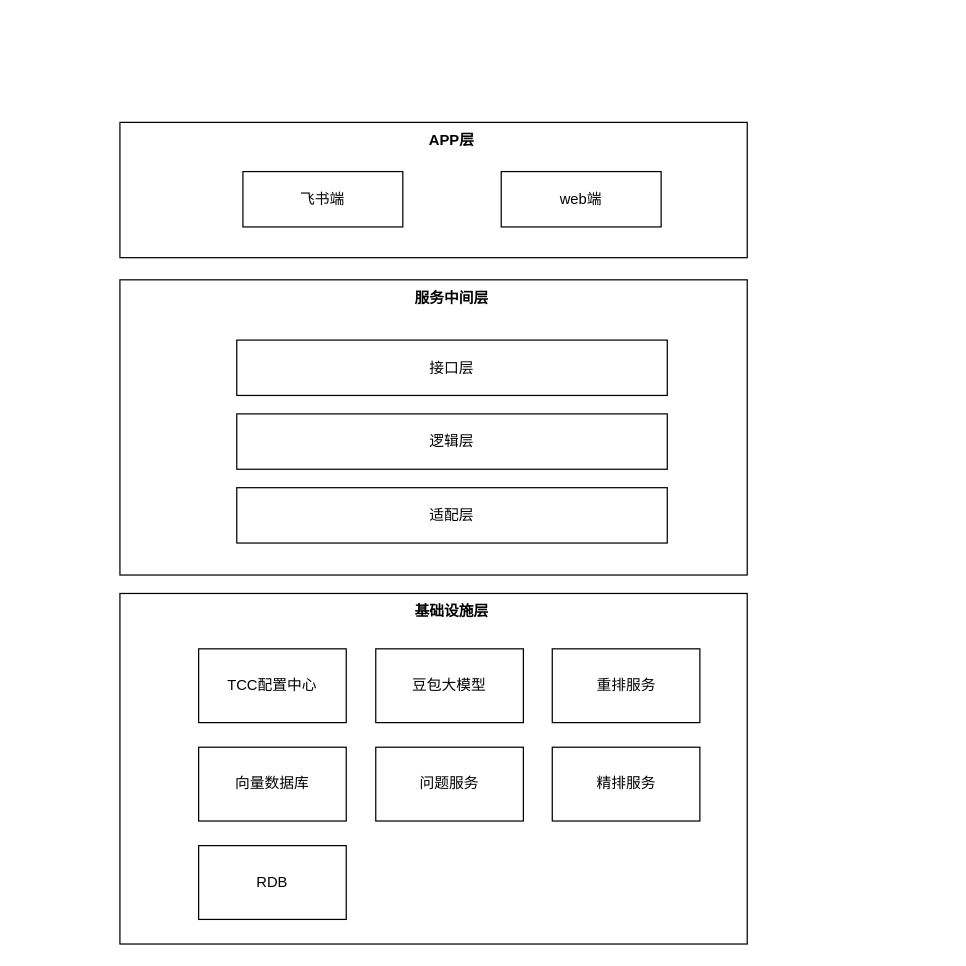
The draw.io diagram llm-找数助手架构.drawio in FlyThroughAir/DrawHere, before the edit. Source tidied: cells renumbered, new cells numbered last; positions are measured from the earlier drawing's top-left corner, leaving out a move shared by most shapes. Both pictures are drawn from the tidied source at 123%, with x=0, y=0 at pixel (119, 122).
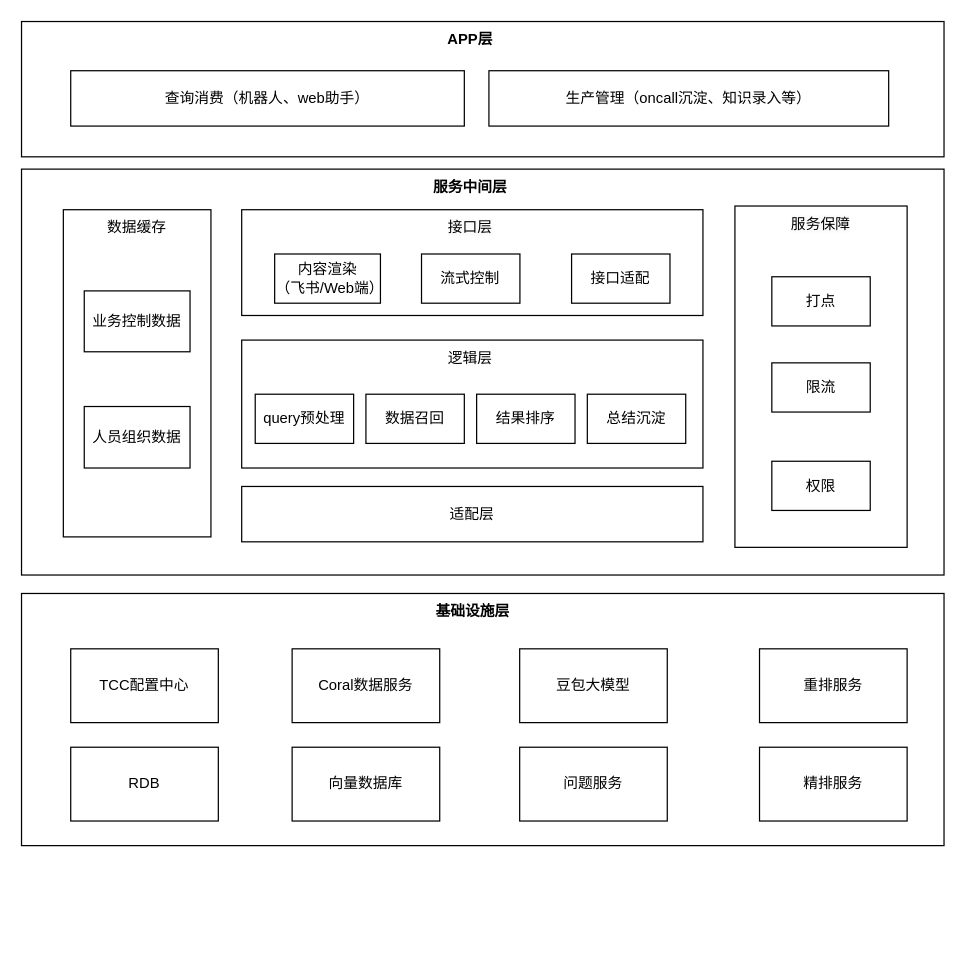
After the change.

Commit message (it also covers changes not shown here):
更新llm-找数助手架构.drawio

Diff of the diagram source:
```diff
@@
     <mxCell id="2" style="rounded=0;whiteSpace=wrap;html=1;" parent="1" vertex="1">
-      <mxGeometry y="383" width="510" height="285" as="geometry" />
+      <mxGeometry x="-80" y="383" width="750" height="205" as="geometry" />
     </mxCell>
     <mxCell id="3" style="rounded=0;whiteSpace=wrap;html=1;" parent="1" vertex="1">
-      <mxGeometry y="128" width="510" height="240" as="geometry" />
+      <mxGeometry x="-80" y="38" width="750" height="330" as="geometry" />
     </mxCell>
     <mxCell id="4" style="rounded=0;whiteSpace=wrap;html=1;" parent="1" vertex="1">
-      <mxGeometry width="510" height="110" as="geometry" />
+      <mxGeometry x="-80" y="-82" width="750" height="110" as="geometry" />
     </mxCell>
     <mxCell id="5" value="服务中间层" style="text;html=1;align=center;verticalAlign=middle;whiteSpace=wrap;rounded=0;fontStyle=1;" parent="1" vertex="1">
-      <mxGeometry x="220" y="128" width="100" height="30" as="geometry" />
+      <mxGeometry x="235.2" y="38" width="100" height="30" as="geometry" />
     </mxCell>
     <mxCell id="6" value="APP层" style="text;html=1;align=center;verticalAlign=middle;whiteSpace=wrap;rounded=0;fontStyle=1;" parent="1" vertex="1">
-      <mxGeometry x="240" width="60" height="30" as="geometry" />
+      <mxGeometry x="255.2" y="-82" width="60" height="30" as="geometry" />
     </mxCell>
-    <mxCell id="7" value="飞书端" style="rounded=0;whiteSpace=wrap;html=1;" parent="1" vertex="1">
-      <mxGeometry x="100" y="40" width="130" height="45" as="geometry" />
+    <mxCell id="7" value="查询消费（机器人、web助手）" style="rounded=0;whiteSpace=wrap;html=1;" parent="1" vertex="1">
+      <mxGeometry x="-40" y="-42" width="320" height="45" as="geometry" />
     </mxCell>
-    <mxCell id="8" value="web端" style="rounded=0;whiteSpace=wrap;html=1;" parent="1" vertex="1">
-      <mxGeometry x="310" y="40" width="130" height="45" as="geometry" />
-    </mxCell>
-    <mxCell id="9" value="接口层" style="rounded=0;whiteSpace=wrap;html=1;" parent="1" vertex="1">
-      <mxGeometry x="95" y="177" width="350" height="45" as="geometry" />
+    <mxCell id="9" style="rounded=0;whiteSpace=wrap;html=1;" parent="1" vertex="1">
+      <mxGeometry x="99" y="71" width="375" height="86" as="geometry" />
     </mxCell>
-    <mxCell id="10" value="逻辑层" style="rounded=0;whiteSpace=wrap;html=1;" parent="1" vertex="1">
-      <mxGeometry x="95" y="237" width="350" height="45" as="geometry" />
+    <mxCell id="10" style="rounded=0;whiteSpace=wrap;html=1;" parent="1" vertex="1">
+      <mxGeometry x="99" y="177" width="375" height="104" as="geometry" />
     </mxCell>
     <mxCell id="11" value="适配层" style="rounded=0;whiteSpace=wrap;html=1;" parent="1" vertex="1">
-      <mxGeometry x="95" y="297" width="350" height="45" as="geometry" />
+      <mxGeometry x="99" y="296" width="375" height="45" as="geometry" />
     </mxCell>
     <mxCell id="12" value="问题服务" style="rounded=0;whiteSpace=wrap;html=1;" parent="1" vertex="1">
-      <mxGeometry x="208" y="508" width="120" height="60" as="geometry" />
+      <mxGeometry x="325" y="508" width="120" height="60" as="geometry" />
     </mxCell>
     <mxCell id="13" value="豆包大模型" style="rounded=0;whiteSpace=wrap;html=1;" parent="1" vertex="1">
-      <mxGeometry x="208" y="428" width="120" height="60" as="geometry" />
+      <mxGeometry x="325" y="428" width="120" height="60" as="geometry" />
     </mxCell>
     <mxCell id="14" value="向量数据库" style="rounded=0;whiteSpace=wrap;html=1;" parent="1" vertex="1">
-      <mxGeometry x="64" y="508" width="120" height="60" as="geometry" />
+      <mxGeometry x="140" y="508" width="120" height="60" as="geometry" />
     </mxCell>
     <mxCell id="15" value="重排服务" style="rounded=0;whiteSpace=wrap;html=1;" parent="1" vertex="1">
-      <mxGeometry x="351.5" y="428" width="120" height="60" as="geometry" />
+      <mxGeometry x="520" y="428" width="120" height="60" as="geometry" />
     </mxCell>
     <mxCell id="16" value="TCC配置中心" style="rounded=0;whiteSpace=wrap;html=1;" parent="1" vertex="1">
-      <mxGeometry x="64" y="428" width="120" height="60" as="geometry" />
+      <mxGeometry x="-40" y="428" width="120" height="60" as="geometry" />
     </mxCell>
     <mxCell id="17" value="RDB" style="rounded=0;whiteSpace=wrap;html=1;" parent="1" vertex="1">
-      <mxGeometry x="64" y="588" width="120" height="60" as="geometry" />
+      <mxGeometry x="-40" y="508" width="120" height="60" as="geometry" />
     </mxCell>
     <mxCell id="18" value="精排服务" style="rounded=0;whiteSpace=wrap;html=1;" parent="1" vertex="1">
-      <mxGeometry x="351.5" y="508" width="120" height="60" as="geometry" />
+      <mxGeometry x="520" y="508" width="120" height="60" as="geometry" />
     </mxCell>
     <mxCell id="19" value="基础设施层" style="text;html=1;align=center;verticalAlign=middle;whiteSpace=wrap;rounded=0;fontStyle=1;" parent="1" vertex="1">
-      <mxGeometry x="220" y="383" width="100" height="30" as="geometry" />
+      <mxGeometry x="236.5" y="383" width="100" height="30" as="geometry" />
     </mxCell>
+    <mxCell id="20" value="&lt;span style=&quot;color: rgb(0, 0, 0); font-family: Helvetica; font-size: 12px; font-style: normal; font-variant-ligatures: normal; font-variant-caps: normal; font-weight: 400; letter-spacing: normal; orphans: 2; text-align: center; text-indent: 0px; text-transform: none; widows: 2; word-spacing: 0px; -webkit-text-stroke-width: 0px; white-space: normal; background-color: rgb(251, 251, 251); text-decoration-thickness: initial; text-decoration-style: initial; text-decoration-color: initial; display: inline !important; float: none;&quot;&gt;接口层&lt;/span&gt;" style="text;html=1;align=center;verticalAlign=middle;whiteSpace=wrap;rounded=0;" parent="1" vertex="1">
+      <mxGeometry x="255.2" y="71" width="60" height="30" as="geometry" />
+    </mxCell>
+    <mxCell id="21" value="逻辑层" style="text;html=1;align=center;verticalAlign=middle;whiteSpace=wrap;rounded=0;" parent="1" vertex="1">
+      <mxGeometry x="255.2" y="177" width="60" height="30" as="geometry" />
+    </mxCell>
+    <mxCell id="22" value="query预处理" style="rounded=0;whiteSpace=wrap;html=1;" parent="1" vertex="1">
+      <mxGeometry x="110" y="221" width="80" height="40" as="geometry" />
+    </mxCell>
+    <mxCell id="23" value="数据召回" style="rounded=0;whiteSpace=wrap;html=1;" parent="1" vertex="1">
+      <mxGeometry x="200" y="221" width="80" height="40" as="geometry" />
+    </mxCell>
+    <mxCell id="24" value="结果排序" style="rounded=0;whiteSpace=wrap;html=1;" parent="1" vertex="1">
+      <mxGeometry x="290" y="221" width="80" height="40" as="geometry" />
+    </mxCell>
+    <mxCell id="25" value="内容渲染&lt;div&gt;（飞书/Web端）&lt;/div&gt;" style="rounded=0;whiteSpace=wrap;html=1;" parent="1" vertex="1">
+      <mxGeometry x="125.8" y="107" width="86" height="40" as="geometry" />
+    </mxCell>
+    <mxCell id="26" style="rounded=0;whiteSpace=wrap;html=1;" parent="1" vertex="1">
+      <mxGeometry x="500" y="68" width="140" height="277.5" as="geometry" />
+    </mxCell>
+    <mxCell id="27" value="权限" style="rounded=0;whiteSpace=wrap;html=1;" parent="1" vertex="1">
+      <mxGeometry x="530" y="275.5" width="80" height="40" as="geometry" />
+    </mxCell>
+    <mxCell id="28" value="限流" style="rounded=0;whiteSpace=wrap;html=1;" parent="1" vertex="1">
+      <mxGeometry x="530" y="195.5" width="80" height="40" as="geometry" />
+    </mxCell>
+    <mxCell id="29" value="打点" style="rounded=0;whiteSpace=wrap;html=1;" parent="1" vertex="1">
+      <mxGeometry x="530" y="125.5" width="80" height="40" as="geometry" />
+    </mxCell>
+    <mxCell id="30" value="&lt;span style=&quot;color: rgb(0, 0, 0); font-family: Helvetica; font-size: 12px; font-style: normal; font-variant-ligatures: normal; font-variant-caps: normal; font-weight: 400; letter-spacing: normal; orphans: 2; text-align: center; text-indent: 0px; text-transform: none; widows: 2; word-spacing: 0px; -webkit-text-stroke-width: 0px; white-space: normal; background-color: rgb(251, 251, 251); text-decoration-thickness: initial; text-decoration-style: initial; text-decoration-color: initial; display: inline !important; float: none;&quot;&gt;服务保障&lt;/span&gt;" style="text;html=1;align=center;verticalAlign=middle;whiteSpace=wrap;rounded=0;" parent="1" vertex="1">
+      <mxGeometry x="540" y="68" width="60" height="30" as="geometry" />
+    </mxCell>
+    <mxCell id="31" value="流式控制" style="rounded=0;whiteSpace=wrap;html=1;" parent="1" vertex="1">
+      <mxGeometry x="245.2" y="107" width="80" height="40" as="geometry" />
+    </mxCell>
+    <mxCell id="32" value="接口适配" style="rounded=0;whiteSpace=wrap;html=1;" parent="1" vertex="1">
+      <mxGeometry x="367.2" y="107" width="80" height="40" as="geometry" />
+    </mxCell>
+    <mxCell id="33" style="rounded=0;whiteSpace=wrap;html=1;" parent="1" vertex="1">
+      <mxGeometry x="-46" y="71" width="120" height="266" as="geometry" />
+    </mxCell>
+    <mxCell id="34" value="数据缓存" style="text;html=1;align=center;verticalAlign=middle;whiteSpace=wrap;rounded=0;" parent="1" vertex="1">
+      <mxGeometry x="-16" y="71" width="60" height="30" as="geometry" />
+    </mxCell>
+    <mxCell id="35" value="业务控制数据" style="rounded=0;whiteSpace=wrap;html=1;" parent="1" vertex="1">
+      <mxGeometry x="-29" y="137" width="86" height="49.5" as="geometry" />
+    </mxCell>
+    <mxCell id="36" value="人员组织数据" style="rounded=0;whiteSpace=wrap;html=1;" parent="1" vertex="1">
+      <mxGeometry x="-29" y="231" width="86" height="50" as="geometry" />
+    </mxCell>
+    <mxCell id="37" value="Coral数据服务" style="rounded=0;whiteSpace=wrap;html=1;" parent="1" vertex="1">
+      <mxGeometry x="140" y="428" width="120" height="60" as="geometry" />
+    </mxCell>
+    <mxCell id="38" value="生产管理（oncall沉淀、知识录入等）" style="rounded=0;whiteSpace=wrap;html=1;" parent="1" vertex="1">
+      <mxGeometry x="300" y="-42" width="325" height="45" as="geometry" />
+    </mxCell>
+    <mxCell id="39" value="总结沉淀" style="rounded=0;whiteSpace=wrap;html=1;" parent="1" vertex="1">
+      <mxGeometry x="380" y="221" width="80" height="40" as="geometry" />
+    </mxCell>
```
